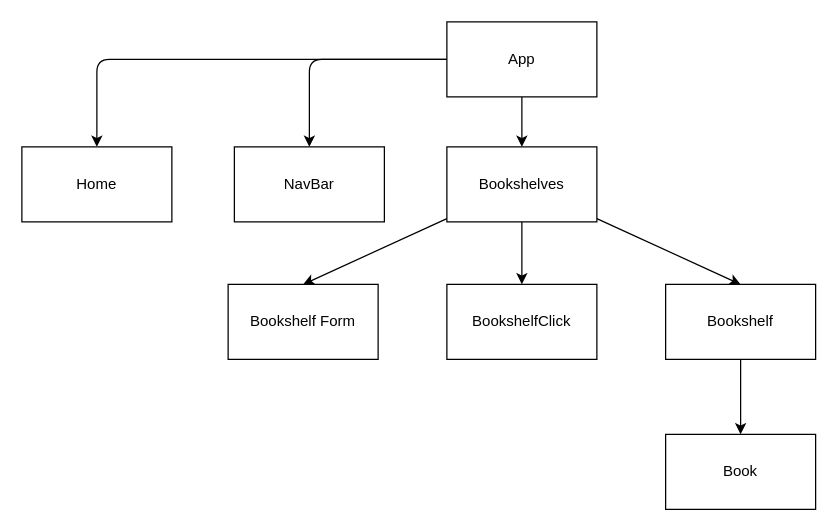
Earlier version of the draw.io diagram Hierarchy.drawio (Stelluuh/phase-3-project-frontend-bookself). Source tidied: cells renumbered, new cells numbered last; positions are measured from the earlier drawing's top-left corner, leaving out a move shared by most shapes. Both pictures are drawn from the tidied source at 125%, with x=0, y=0 at pixel (21, 21).
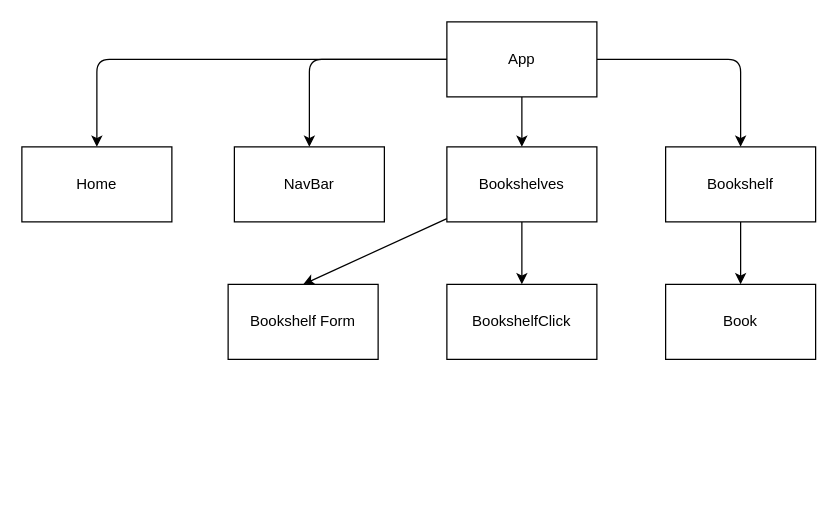
The same page after the edit.

Commit message:
complete hierarchy of components

What changed in the source:
```diff
@@
 <mxGraphModel>
   <root>
     <mxCell id="0" />
     <mxCell id="1" parent="0" />
     <mxCell id="2" value="Book" style="whiteSpace=wrap;html=1;" parent="1" vertex="1">
-      <mxGeometry x="515" y="330" width="120" height="60" as="geometry" />
+      <mxGeometry x="515" y="210" width="120" height="60" as="geometry" />
     </mxCell>
     <mxCell id="3" value="NavBar" style="whiteSpace=wrap;html=1;" parent="1" vertex="1">
       <mxGeometry x="170" y="100" width="120" height="60" as="geometry" />
     </mxCell>
     <mxCell id="4" value="BookshelfClick" style="whiteSpace=wrap;html=1;" parent="1" vertex="1">
       <mxGeometry x="340" y="210" width="120" height="60" as="geometry" />
     </mxCell>
     <mxCell id="5" style="edgeStyle=orthogonalEdgeStyle;html=1;entryX=0.5;entryY=0;entryDx=0;entryDy=0;" parent="1" edge="1" source="6" target="2">
       <mxGeometry relative="1" as="geometry" />
     </mxCell>
     <mxCell id="6" value="Bookshelf" style="whiteSpace=wrap;html=1;" parent="1" vertex="1">
-      <mxGeometry x="515" y="210" width="120" height="60" as="geometry" />
+      <mxGeometry x="515" y="100" width="120" height="60" as="geometry" />
     </mxCell>
     <mxCell id="7" value="Bookshelf Form" style="whiteSpace=wrap;html=1;" parent="1" vertex="1">
       <mxGeometry x="165" y="210" width="120" height="60" as="geometry" />
     </mxCell>
     <mxCell id="8" style="edgeStyle=none;html=1;entryX=0.5;entryY=0;entryDx=0;entryDy=0;" parent="1" edge="1" source="11" target="7">
       <mxGeometry relative="1" as="geometry" />
     </mxCell>
     <mxCell id="9" style="edgeStyle=none;html=1;" parent="1" edge="1" source="11" target="4">
       <mxGeometry relative="1" as="geometry" />
     </mxCell>
-    <mxCell id="10" style="edgeStyle=none;html=1;entryX=0.5;entryY=0;entryDx=0;entryDy=0;" parent="1" edge="1" source="11" target="6">
-      <mxGeometry relative="1" as="geometry" />
-    </mxCell>
     <mxCell id="11" value="Bookshelves" style="whiteSpace=wrap;html=1;" parent="1" vertex="1">
       <mxGeometry x="340" y="100" width="120" height="60" as="geometry" />
     </mxCell>
     <mxCell id="12" value="Home" style="whiteSpace=wrap;html=1;" parent="1" vertex="1">
       <mxGeometry y="100" width="120" height="60" as="geometry" />
     </mxCell>
     <mxCell id="13" style="edgeStyle=orthogonalEdgeStyle;html=1;entryX=0.5;entryY=0;entryDx=0;entryDy=0;" parent="1" edge="1" source="16" target="3">
       <mxGeometry relative="1" as="geometry" />
     </mxCell>
     <mxCell id="14" style="edgeStyle=orthogonalEdgeStyle;html=1;entryX=0.5;entryY=0;entryDx=0;entryDy=0;" parent="1" edge="1" source="16" target="11">
       <mxGeometry relative="1" as="geometry" />
     </mxCell>
     <mxCell id="15" style="edgeStyle=orthogonalEdgeStyle;html=1;entryX=0.5;entryY=0;entryDx=0;entryDy=0;" parent="1" edge="1" source="16" target="12">
       <mxGeometry relative="1" as="geometry" />
     </mxCell>
+    <mxCell id="10" style="edgeStyle=orthogonalEdgeStyle;html=1;entryX=0.5;entryY=0;entryDx=0;entryDy=0;" parent="1" edge="1" source="16" target="6">
+      <mxGeometry relative="1" as="geometry" />
+    </mxCell>
     <mxCell id="16" value="App" style="whiteSpace=wrap;html=1;" parent="1" vertex="1">
       <mxGeometry x="340" width="120" height="60" as="geometry" />
     </mxCell>
   </root>
 </mxGraphModel>
```
